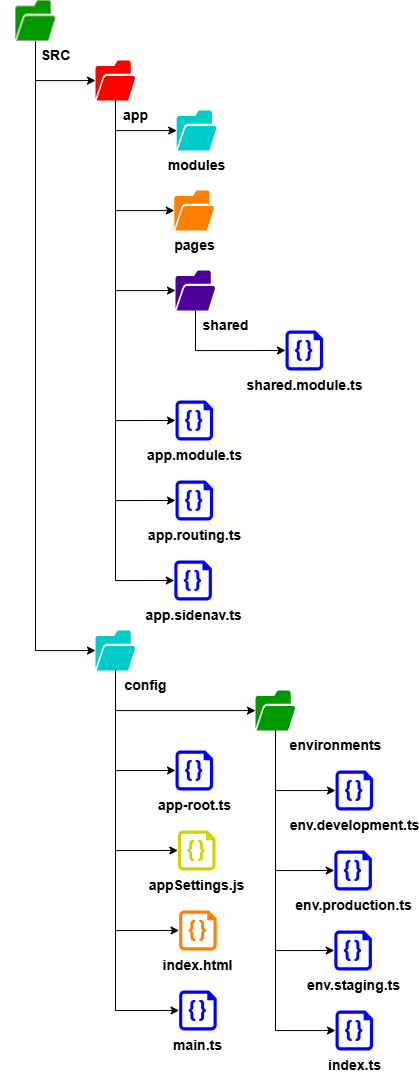
Above: projects/documentation/public/structure-coer91.png in coer91/coer91.lib.angular (draw.io), before the change. Source tidied: cells renumbered, new cells last; positions are measured from the earlier drawing's top-left corner, leaving out a move shared by most shapes.
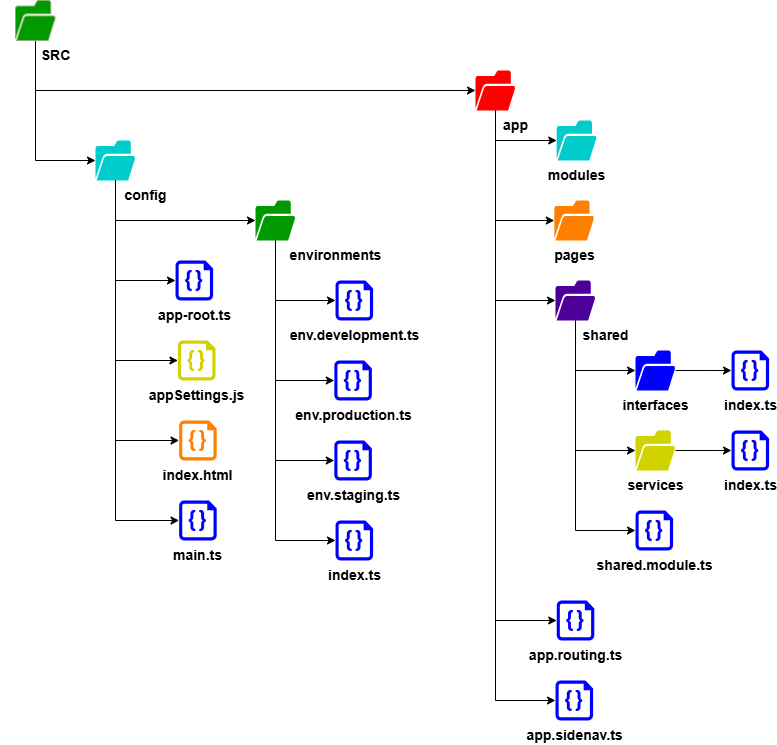
After the commit.

Diff of the diagram source:
```diff
@@ -5,7 +5,7 @@
     <mxCell id="2" style="edgeStyle=orthogonalEdgeStyle;rounded=0;jettySize=auto;html=1;" parent="1" edge="1" source="4" target="8">
       <mxGeometry relative="1" as="geometry">
         <Array as="points">
-          <mxPoint x="20" y="80" />
+          <mxPoint x="20" y="580" />
         </Array>
       </mxGeometry>
     </mxCell>
@@ -17,31 +17,31 @@
       </mxGeometry>
     </mxCell>
     <mxCell id="4" value="&lt;blockquote style=&quot;margin: 0 0 0 40px; border: none; padding: 0px;&quot;&gt;&lt;span style=&quot;background-color: light-dark(#ffffff, var(--ge-dark-color, #121212));&quot;&gt;&lt;b&gt;&lt;font style=&quot;font-size: 14px;&quot;&gt;SRC&lt;/font&gt;&lt;/b&gt;&lt;/span&gt;&lt;/blockquote&gt;" style="sketch=0;shadow=0;dashed=0;html=1;strokeColor=#82b366;fillColor=#009900;labelPosition=center;verticalLabelPosition=bottom;verticalAlign=top;outlineConnect=0;align=center;shape=mxgraph.office.concepts.folder_open;" parent="1" vertex="1">
-      <mxGeometry width="40" height="40" as="geometry" />
+      <mxGeometry y="490" width="40" height="40" as="geometry" />
     </mxCell>
     <mxCell id="5" style="edgeStyle=orthogonalEdgeStyle;rounded=0;jettySize=auto;html=1;" parent="1" edge="1" source="8" target="28">
       <mxGeometry relative="1" as="geometry">
         <Array as="points">
-          <mxPoint x="100" y="130" />
+          <mxPoint x="480" y="630" />
         </Array>
       </mxGeometry>
     </mxCell>
     <mxCell id="6" style="edgeStyle=orthogonalEdgeStyle;rounded=0;jettySize=auto;html=1;" parent="1" edge="1" source="8" target="29">
       <mxGeometry relative="1" as="geometry">
         <Array as="points">
-          <mxPoint x="100" y="210" />
+          <mxPoint x="480" y="710" />
         </Array>
       </mxGeometry>
     </mxCell>
     <mxCell id="7" style="edgeStyle=orthogonalEdgeStyle;rounded=0;jettySize=auto;html=1;" parent="1" edge="1" source="8" target="30">
       <mxGeometry relative="1" as="geometry">
         <Array as="points">
-          <mxPoint x="100" y="290" />
+          <mxPoint x="480" y="790" />
         </Array>
       </mxGeometry>
     </mxCell>
     <mxCell id="8" value="&lt;blockquote style=&quot;margin: 0 0 0 40px; border: none; padding: 0px;&quot;&gt;&lt;span style=&quot;background-color: light-dark(#ffffff, var(--ge-dark-color, #121212));&quot;&gt;&lt;b&gt;&lt;font style=&quot;font-size: 14px;&quot;&gt;app&lt;/font&gt;&lt;/b&gt;&lt;/span&gt;&lt;/blockquote&gt;" style="sketch=0;shadow=0;dashed=0;html=1;strokeColor=none;fillColor=#FF0000;labelPosition=center;verticalLabelPosition=bottom;verticalAlign=top;outlineConnect=0;align=center;shape=mxgraph.office.concepts.folder_open;" parent="1" vertex="1">
-      <mxGeometry x="80" y="60" width="40" height="40" as="geometry" />
+      <mxGeometry x="460" y="560" width="40" height="40" as="geometry" />
     </mxCell>
     <mxCell id="9" style="edgeStyle=orthogonalEdgeStyle;rounded=0;jettySize=auto;html=1;" parent="1" edge="1" source="10" target="11">
       <mxGeometry relative="1" as="geometry">
@@ -137,53 +137,85 @@
       </mxGeometry>
     </mxCell>
     <mxCell id="28" value="&lt;span style=&quot;background-color: light-dark(#ffffff, var(--ge-dark-color, #121212));&quot;&gt;&lt;b&gt;&lt;font style=&quot;font-size: 14px;&quot;&gt;modules&lt;/font&gt;&lt;/b&gt;&lt;/span&gt;" style="sketch=0;shadow=0;dashed=0;html=1;strokeColor=none;fillColor=#00CCCC;labelPosition=center;verticalLabelPosition=bottom;verticalAlign=top;outlineConnect=0;align=center;shape=mxgraph.office.concepts.folder_open;" parent="1" vertex="1">
-      <mxGeometry x="161.2" y="110" width="40" height="40" as="geometry" />
+      <mxGeometry x="541.2" y="610" width="40" height="40" as="geometry" />
     </mxCell>
     <mxCell id="29" value="&lt;span style=&quot;background-color: light-dark(#ffffff, var(--ge-dark-color, #121212));&quot;&gt;&lt;b&gt;&lt;font style=&quot;font-size: 14px;&quot;&gt;pages&lt;/font&gt;&lt;/b&gt;&lt;/span&gt;" style="sketch=0;shadow=0;dashed=0;html=1;strokeColor=none;fillColor=#FF8000;labelPosition=center;verticalLabelPosition=bottom;verticalAlign=top;outlineConnect=0;align=center;shape=mxgraph.office.concepts.folder_open;" parent="1" vertex="1">
-      <mxGeometry x="158.8" y="190" width="40" height="40" as="geometry" />
+      <mxGeometry x="538.8" y="690" width="40" height="40" as="geometry" />
     </mxCell>
+    <mxCell id="39" style="edgeStyle=orthogonalEdgeStyle;rounded=0;jettySize=auto;html=1;" parent="1" edge="1" source="30" target="42">
+      <mxGeometry relative="1" as="geometry">
+        <Array as="points">
+          <mxPoint x="560" y="860" />
+        </Array>
+      </mxGeometry>
+    </mxCell>
+    <mxCell id="40" style="edgeStyle=orthogonalEdgeStyle;rounded=0;jettySize=auto;html=1;" parent="1" edge="1" source="30" target="41">
+      <mxGeometry relative="1" as="geometry">
+        <Array as="points">
+          <mxPoint x="560" y="940" />
+        </Array>
+      </mxGeometry>
+    </mxCell>
     <mxCell id="30" value="&lt;blockquote style=&quot;margin: 0px 0px 0px 60px; border: none; padding: 0px;&quot;&gt;&lt;span style=&quot;background-color: light-dark(#ffffff, var(--ge-dark-color, #121212));&quot;&gt;&lt;b&gt;&lt;font style=&quot;font-size: 14px;&quot;&gt;shared&lt;/font&gt;&lt;/b&gt;&lt;/span&gt;&lt;/blockquote&gt;" style="sketch=0;shadow=0;dashed=0;html=1;strokeColor=none;fillColor=#4C0099;labelPosition=center;verticalLabelPosition=bottom;verticalAlign=top;outlineConnect=0;align=center;shape=mxgraph.office.concepts.folder_open;" parent="1" vertex="1">
-      <mxGeometry x="160" y="270" width="40" height="40" as="geometry" />
+      <mxGeometry x="540" y="770" width="40" height="40" as="geometry" />
     </mxCell>
     <mxCell id="31" value="&lt;font style=&quot;font-size: 14px;&quot;&gt;&lt;b&gt;shared.module.ts&lt;/b&gt;&lt;/font&gt;" style="sketch=0;shadow=0;dashed=0;html=1;strokeColor=none;labelPosition=center;verticalLabelPosition=bottom;verticalAlign=top;align=center;fillColor=#0000FF;shape=mxgraph.azure.code_file;" parent="1" vertex="1">
-      <mxGeometry x="270" y="330" width="37.6" height="40" as="geometry" />
+      <mxGeometry x="620" y="1000" width="37.6" height="40" as="geometry" />
     </mxCell>
     <mxCell id="32" style="edgeStyle=orthogonalEdgeStyle;rounded=0;jettySize=auto;html=1;entryX=0;entryY=0.5;entryDx=0;entryDy=0;entryPerimeter=0;" parent="1" edge="1" source="30" target="31">
       <mxGeometry relative="1" as="geometry">
         <Array as="points">
-          <mxPoint x="180" y="350" />
+          <mxPoint x="560" y="1020" />
         </Array>
       </mxGeometry>
     </mxCell>
-    <mxCell id="33" value="&lt;font style=&quot;font-size: 14px;&quot;&gt;&lt;b&gt;app.module.ts&lt;/b&gt;&lt;/font&gt;" style="sketch=0;shadow=0;dashed=0;html=1;strokeColor=none;labelPosition=center;verticalLabelPosition=bottom;verticalAlign=top;align=center;fillColor=#0000FF;shape=mxgraph.azure.code_file;" parent="1" vertex="1">
-      <mxGeometry x="160" y="400" width="37.6" height="40" as="geometry" />
-    </mxCell>
     <mxCell id="34" value="&lt;font style=&quot;font-size: 14px;&quot;&gt;&lt;b&gt;app.routing.ts&lt;/b&gt;&lt;/font&gt;" style="sketch=0;shadow=0;dashed=0;html=1;strokeColor=none;labelPosition=center;verticalLabelPosition=bottom;verticalAlign=top;align=center;fillColor=#0000FF;shape=mxgraph.azure.code_file;" parent="1" vertex="1">
-      <mxGeometry x="160" y="480" width="37.6" height="40" as="geometry" />
+      <mxGeometry x="541.2" y="1090" width="37.6" height="40" as="geometry" />
     </mxCell>
     <mxCell id="35" value="&lt;font style=&quot;font-size: 14px;&quot;&gt;&lt;b&gt;app.sidenav.ts&lt;/b&gt;&lt;/font&gt;" style="sketch=0;shadow=0;dashed=0;html=1;strokeColor=none;labelPosition=center;verticalLabelPosition=bottom;verticalAlign=top;align=center;fillColor=#0000FF;shape=mxgraph.azure.code_file;" parent="1" vertex="1">
-      <mxGeometry x="158.8" y="560" width="37.6" height="40" as="geometry" />
+      <mxGeometry x="540" y="1170" width="37.6" height="40" as="geometry" />
     </mxCell>
-    <mxCell id="36" style="edgeStyle=orthogonalEdgeStyle;rounded=0;jettySize=auto;html=1;entryX=0;entryY=0.5;entryDx=0;entryDy=0;entryPerimeter=0;" parent="1" edge="1" source="8" target="33">
-      <mxGeometry relative="1" as="geometry">
-        <Array as="points">
-          <mxPoint x="100" y="420" />
-        </Array>
-      </mxGeometry>
-    </mxCell>
     <mxCell id="37" style="edgeStyle=orthogonalEdgeStyle;rounded=0;jettySize=auto;html=1;entryX=0;entryY=0.5;entryDx=0;entryDy=0;entryPerimeter=0;" parent="1" edge="1" source="8" target="34">
       <mxGeometry relative="1" as="geometry">
         <Array as="points">
-          <mxPoint x="100" y="500" />
+          <mxPoint x="480" y="1110" />
         </Array>
       </mxGeometry>
     </mxCell>
     <mxCell id="38" style="edgeStyle=orthogonalEdgeStyle;rounded=0;jettySize=auto;html=1;entryX=0;entryY=0.5;entryDx=0;entryDy=0;entryPerimeter=0;" parent="1" edge="1" source="8" target="35">
       <mxGeometry relative="1" as="geometry">
         <Array as="points">
-          <mxPoint x="100" y="580" />
+          <mxPoint x="480" y="1190" />
         </Array>
       </mxGeometry>
     </mxCell>
+    <mxCell id="41" value="&lt;span style=&quot;background-color: light-dark(#ffffff, var(--ge-dark-color, #121212));&quot;&gt;&lt;b&gt;&lt;font style=&quot;font-size: 14px;&quot;&gt;services&lt;/font&gt;&lt;/b&gt;&lt;/span&gt;" style="sketch=0;shadow=0;dashed=0;html=1;strokeColor=none;fillColor=#D2D200;labelPosition=center;verticalLabelPosition=bottom;verticalAlign=top;outlineConnect=0;align=center;shape=mxgraph.office.concepts.folder_open;" parent="1" vertex="1">
+      <mxGeometry x="620" y="920" width="40" height="40" as="geometry" />
+    </mxCell>
+    <mxCell id="42" value="&lt;span style=&quot;background-color: light-dark(#ffffff, var(--ge-dark-color, #121212));&quot;&gt;&lt;b&gt;&lt;font style=&quot;font-size: 14px;&quot;&gt;interfaces&lt;/font&gt;&lt;/b&gt;&lt;/span&gt;" style="sketch=0;shadow=0;dashed=0;html=1;strokeColor=none;fillColor=#0000FF;labelPosition=center;verticalLabelPosition=bottom;verticalAlign=top;outlineConnect=0;align=center;shape=mxgraph.office.concepts.folder_open;" parent="1" vertex="1">
+      <mxGeometry x="620" y="840" width="40" height="40" as="geometry" />
+    </mxCell>
+    <mxCell id="43" value="&lt;font style=&quot;font-size: 14px;&quot;&gt;&lt;b&gt;index.ts&lt;/b&gt;&lt;/font&gt;" style="sketch=0;shadow=0;dashed=0;html=1;strokeColor=none;labelPosition=center;verticalLabelPosition=bottom;verticalAlign=top;align=center;fillColor=#0000FF;shape=mxgraph.azure.code_file;" parent="1" vertex="1">
+      <mxGeometry x="716" y="840" width="37.6" height="40" as="geometry" />
+    </mxCell>
+    <mxCell id="44" value="&lt;font style=&quot;font-size: 14px;&quot;&gt;&lt;b&gt;index.ts&lt;/b&gt;&lt;/font&gt;" style="sketch=0;shadow=0;dashed=0;html=1;strokeColor=none;labelPosition=center;verticalLabelPosition=bottom;verticalAlign=top;align=center;fillColor=#0000FF;shape=mxgraph.azure.code_file;" parent="1" vertex="1">
+      <mxGeometry x="716" y="920" width="37.6" height="40" as="geometry" />
+    </mxCell>
+    <mxCell id="45" style="edgeStyle=orthogonalEdgeStyle;rounded=0;jettySize=auto;html=1;entryX=0;entryY=0.5;entryDx=0;entryDy=0;entryPerimeter=0;" parent="1" edge="1" source="42" target="43">
+      <mxGeometry relative="1" as="geometry">
+        <Array as="points">
+          <mxPoint x="693.6" y="860" />
+          <mxPoint x="693.6" y="860" />
+        </Array>
+      </mxGeometry>
+    </mxCell>
+    <mxCell id="46" style="edgeStyle=orthogonalEdgeStyle;rounded=0;jettySize=auto;html=1;entryX=0;entryY=0.5;entryDx=0;entryDy=0;entryPerimeter=0;" parent="1" edge="1" source="41" target="44">
+      <mxGeometry relative="1" as="geometry">
+        <Array as="points">
+          <mxPoint x="703.6" y="940" />
+          <mxPoint x="703.6" y="940" />
+        </Array>
+      </mxGeometry>
+    </mxCell>
   </root>
 </mxGraphModel>
```
